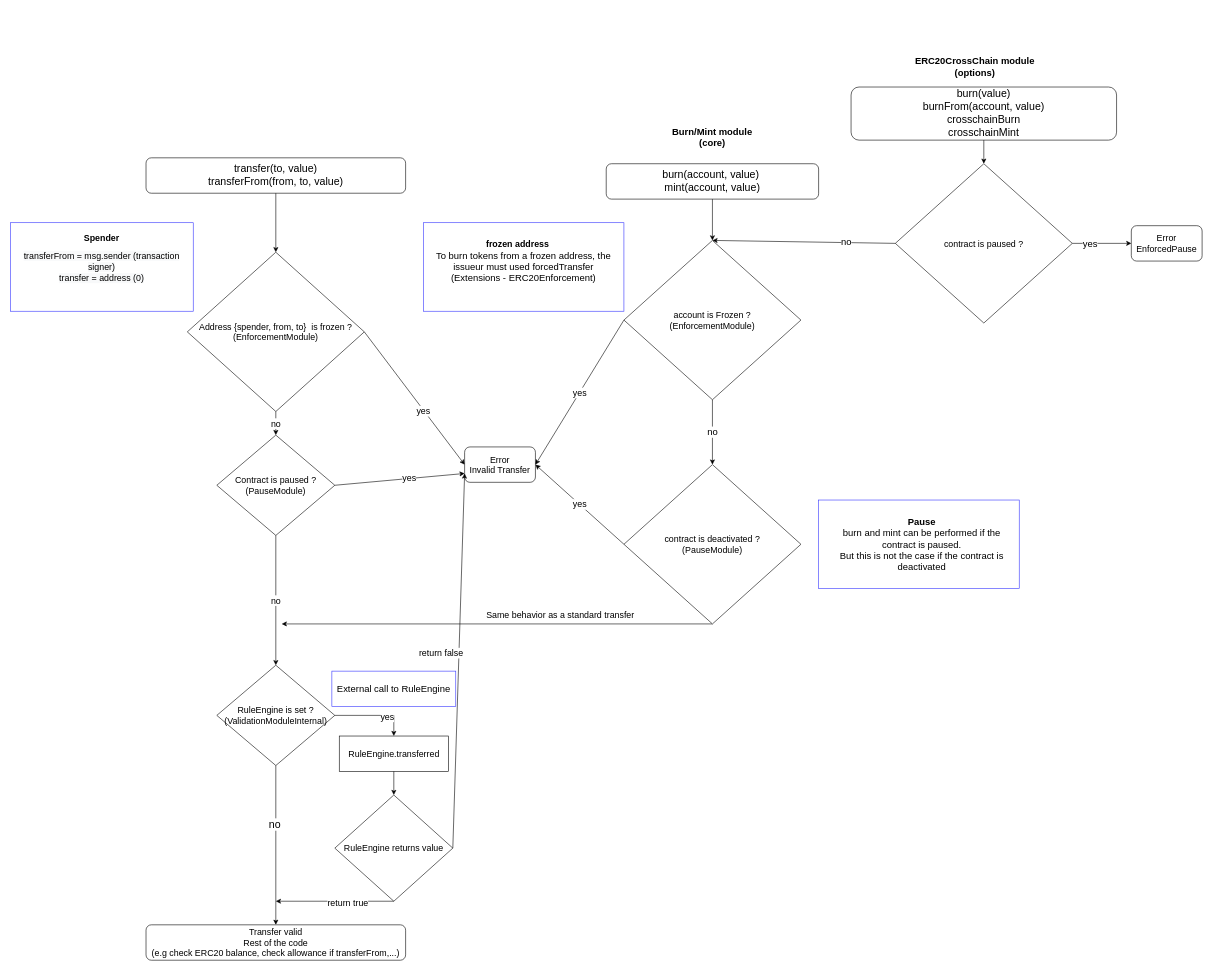
Earlier version of the draw.io diagram page "transfer" (1 of 2) of doc/schema/drawio/transfer_restriction.drawio (CMTA/CMTAT). Source tidied: cells renumbered, new cells numbered last; positions are measured from the earlier drawing's top-left corner, leaving out a move shared by most shapes. Both pictures are drawn from the tidied source at 59%, with x=0, y=0 at pixel (10, 57).
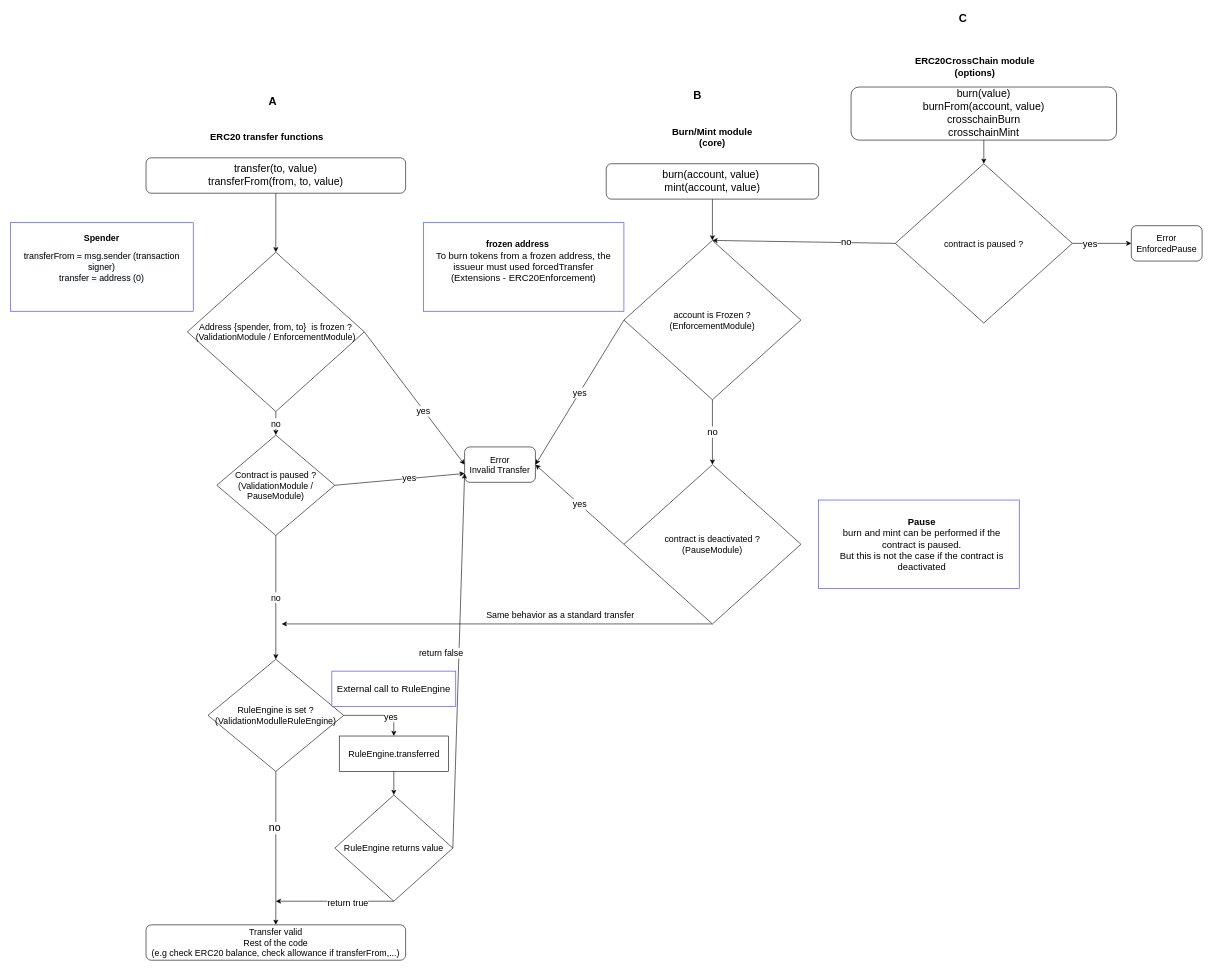
The same page after the edit.

Diff of the diagram source:
```diff
@@
-    <mxCell id="2" value="Address {spender, from, to}&amp;nbsp; is frozen ?&lt;br style=&quot;font-size: 15px;&quot;&gt;(EnforcementModule)" style="rhombus;whiteSpace=wrap;html=1;fontSize=15;" parent="1" vertex="1">
+    <mxCell id="2" value="Address {spender, from, to}&amp;nbsp; is frozen ?&lt;br style=&quot;font-size: 15px;&quot;&gt;(ValidationModule / EnforcementModule)" style="rhombus;whiteSpace=wrap;html=1;fontSize=15;" parent="1" vertex="1">
       <mxGeometry x="300" y="330" width="300" height="270" as="geometry" />
     </mxCell>
@@
-    <mxCell id="9" value="Contract is paused ?&lt;br style=&quot;font-size: 15px;&quot;&gt;(PauseModule)" style="rhombus;whiteSpace=wrap;html=1;fontSize=15;" parent="1" vertex="1">
+    <mxCell id="9" value="Contract is paused ?&lt;br style=&quot;font-size: 15px;&quot;&gt;(ValidationModule / PauseModule)" style="rhombus;whiteSpace=wrap;html=1;fontSize=15;" parent="1" vertex="1">
       <mxGeometry x="350" y="640" width="200" height="170" as="geometry" />
     </mxCell>
@@
-    <mxCell id="12" value="RuleEngine is set ?&lt;br&gt;(ValidationModuleInternal)" style="rhombus;whiteSpace=wrap;html=1;fontSize=15;" parent="1" vertex="1">
-      <mxGeometry x="350" y="1030" width="200" height="170" as="geometry" />
+    <mxCell id="12" value="RuleEngine is set ?&lt;br&gt;(ValidationModulleRuleEngine)" style="rhombus;whiteSpace=wrap;html=1;fontSize=15;" parent="1" vertex="1">
+      <mxGeometry x="335" y="1020" width="230" height="190" as="geometry" />
     </mxCell>
@@
+    <mxCell id="51" value="ERC20 transfer functions" style="text;html=1;strokeColor=none;fillColor=none;align=center;verticalAlign=middle;whiteSpace=wrap;rounded=0;fontSize=16;fontStyle=1;" parent="1" vertex="1">
+      <mxGeometry x="290" y="120" width="290" height="30" as="geometry" />
+    </mxCell>
+    <mxCell id="52" value="A" style="text;html=1;strokeColor=none;fillColor=none;align=center;verticalAlign=middle;whiteSpace=wrap;rounded=0;fontSize=19;fontStyle=1;" parent="1" vertex="1">
+      <mxGeometry x="360" y="60" width="170" height="30" as="geometry" />
+    </mxCell>
+    <mxCell id="53" value="B" style="text;html=1;strokeColor=none;fillColor=none;align=center;verticalAlign=middle;whiteSpace=wrap;rounded=0;fontSize=19;fontStyle=1;" parent="1" vertex="1">
+      <mxGeometry x="1080" y="50" width="170" height="30" as="geometry" />
+    </mxCell>
+    <mxCell id="54" value="C" style="text;html=1;strokeColor=none;fillColor=none;align=center;verticalAlign=middle;whiteSpace=wrap;rounded=0;fontSize=19;fontStyle=1;" parent="1" vertex="1">
+      <mxGeometry x="1530" y="-80" width="170" height="30" as="geometry" />
+    </mxCell>
```
